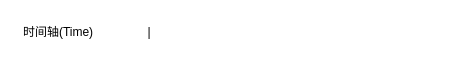
This is ruankao.drawio from xiaodongYao/DrawIO, a draw.io file, before an edit. Source tidied: cells renumbered, new cells numbered last; positions are measured from the earlier drawing's top-left corner, leaving out a move shared by most shapes. Both pictures are drawn from the tidied source at 100%, with x=0, y=0 at pixel (17, 17).
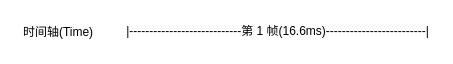
After the change.

Diff of the diagram source:
```diff
@@
 <mxGraphModel>
   <root>
     <mxCell id="0" />
     <mxCell id="1" parent="0" />
     <mxCell id="2" value="时间轴(Time)" style="text;html=1;whiteSpace=wrap;strokeColor=none;fillColor=none;align=center;verticalAlign=middle;rounded=0;" parent="1" vertex="1">
       <mxGeometry width="82" height="30" as="geometry" />
     </mxCell>
-    <mxCell id="3" value="|" style="text;html=1;whiteSpace=wrap;strokeColor=none;fillColor=none;align=center;verticalAlign=middle;rounded=0;" parent="1" vertex="1">
-      <mxGeometry x="102" width="60" height="30" as="geometry" />
+    <mxCell id="3" value="|----------------------------第 1 帧(16.6ms)-------------------------|" style="text;html=1;whiteSpace=wrap;strokeColor=none;fillColor=none;align=center;verticalAlign=middle;rounded=0;" parent="1" vertex="1">
+      <mxGeometry x="102" width="317" height="27" as="geometry" />
     </mxCell>
   </root>
 </mxGraphModel>
```
